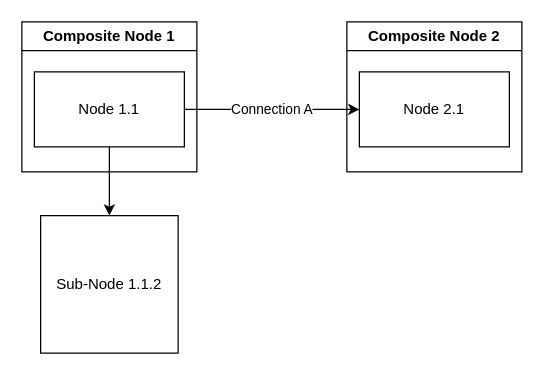
Before: generator/graph.drawio in Nasdanika-Models/graph, a draw.io diagram. Source tidied: cells renumbered, new cells numbered last; positions are measured from the earlier drawing's top-left corner, leaving out a move shared by most shapes. Both pictures are drawn from the tidied source at 125%, with x=0, y=0 at pixel (21, 21).
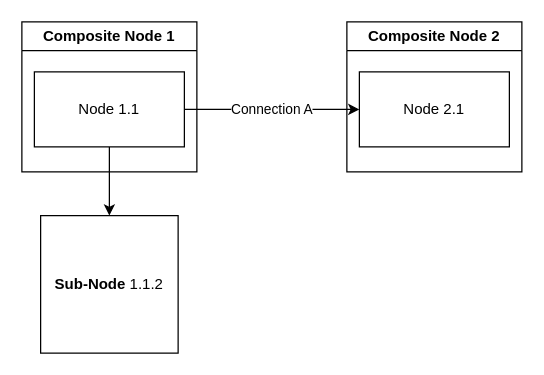
After the change.

Diff of the diagram source:
```diff
@@
 <mxGraphModel>
   <root>
     <mxCell id="0" />
     <mxCell id="1" parent="0" />
     <mxCell id="2" value="Composite Node 1" style="swimlane;whiteSpace=wrap;html=1;" parent="1" vertex="1">
       <mxGeometry width="140" height="120" as="geometry" />
     </mxCell>
     <mxCell id="3" value="Node 1.1" style="rounded=0;whiteSpace=wrap;html=1;" parent="2" vertex="1">
       <mxGeometry x="10" y="40" width="120" height="60" as="geometry" />
     </mxCell>
     <mxCell id="4" value="Composite Node 2" style="swimlane;whiteSpace=wrap;html=1;" parent="1" vertex="1">
       <mxGeometry x="260" width="140" height="120" as="geometry" />
     </mxCell>
     <mxCell id="5" value="Node 2.1" style="rounded=0;whiteSpace=wrap;html=1;" parent="4" vertex="1">
       <mxGeometry x="10" y="40" width="120" height="60" as="geometry" />
     </mxCell>
     <mxCell id="6" value="Connection A" style="edgeStyle=orthogonalEdgeStyle;rounded=0;jettySize=auto;html=1;" parent="1" edge="1" source="3" target="5">
       <mxGeometry relative="1" as="geometry" />
     </mxCell>
-    <mxCell id="7" value="Sub-Node 1.1.2" style="whiteSpace=wrap;html=1;" parent="1" vertex="1">
-      <mxGeometry x="15" y="155" width="110" height="110" as="geometry" />
-    </mxCell>
+    <object id="7" label="&lt;b&gt;%short-name%&lt;/b&gt; 1.1.2" placeholders="1" short-name="Sub-Node">
+      <mxCell style="whiteSpace=wrap;html=1;" parent="1" vertex="1">
+        <mxGeometry x="15" y="155" width="110" height="110" as="geometry" />
+      </mxCell>
+    </object>
     <mxCell id="8" style="edgeStyle=orthogonalEdgeStyle;rounded=0;jettySize=auto;html=1;" parent="1" edge="1" source="3" target="7">
       <mxGeometry relative="1" as="geometry" />
     </mxCell>
   </root>
 </mxGraphModel>
```
